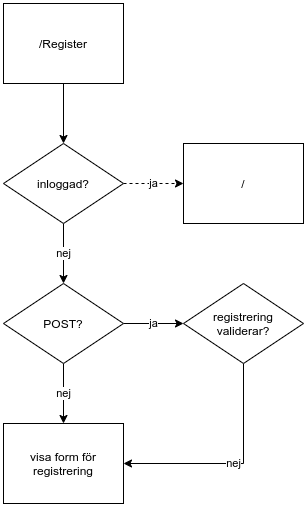
The draw.io diagram webbutveckling/Webbutveckling2/Moment/Moment4/Diagrams/Flowcharts/flowRegister.png in EliasEriksson/miun, before a commit. Source tidied: cells renumbered, new cells last; positions are measured from the earlier drawing's top-left corner, leaving out a move shared by most shapes. The source it was exported from:
```xml
<mxGraphModel>
  <root>
    <mxCell id="0" />
    <mxCell id="1" parent="0" />
    <mxCell id="2" value="/" style="rounded=0;whiteSpace=wrap;html=1;" parent="1" vertex="1">
      <mxGeometry x="180" y="140" width="120" height="80" as="geometry" />
    </mxCell>
    <mxCell id="3" style="edgeStyle=orthogonalEdgeStyle;rounded=0;jettySize=auto;html=1;" parent="1" edge="1" source="4" target="7">
      <mxGeometry relative="1" as="geometry" />
    </mxCell>
    <mxCell id="4" value="/Register" style="rounded=0;whiteSpace=wrap;html=1;" parent="1" vertex="1">
      <mxGeometry width="120" height="80" as="geometry" />
    </mxCell>
    <mxCell id="5" value="ja" style="edgeStyle=orthogonalEdgeStyle;rounded=0;jettySize=auto;html=1;dashed=1;" parent="1" edge="1" source="7" target="2">
      <mxGeometry relative="1" as="geometry" />
    </mxCell>
    <mxCell id="6" value="nej" style="edgeStyle=orthogonalEdgeStyle;rounded=0;jettySize=auto;html=1;" parent="1" edge="1" source="7" target="10">
      <mxGeometry relative="1" as="geometry" />
    </mxCell>
    <mxCell id="7" value="inloggad?" style="rhombus;whiteSpace=wrap;html=1;rounded=0;" parent="1" vertex="1">
      <mxGeometry y="140" width="120" height="80" as="geometry" />
    </mxCell>
    <mxCell id="8" value="nej" style="edgeStyle=orthogonalEdgeStyle;rounded=0;jettySize=auto;html=1;" parent="1" edge="1" source="10" target="11">
      <mxGeometry relative="1" as="geometry" />
    </mxCell>
    <mxCell id="9" value="ja" style="edgeStyle=orthogonalEdgeStyle;rounded=0;jettySize=auto;html=1;" parent="1" edge="1" source="10" target="13">
      <mxGeometry relative="1" as="geometry" />
    </mxCell>
    <mxCell id="10" value="POST?" style="rhombus;whiteSpace=wrap;html=1;rounded=0;" parent="1" vertex="1">
      <mxGeometry y="280" width="120" height="80" as="geometry" />
    </mxCell>
    <mxCell id="11" value="visa form för&lt;br&gt;registrering" style="whiteSpace=wrap;html=1;rounded=0;" parent="1" vertex="1">
      <mxGeometry y="420" width="120" height="80" as="geometry" />
    </mxCell>
    <mxCell id="12" value="nej" style="edgeStyle=orthogonalEdgeStyle;rounded=0;jettySize=auto;html=1;entryX=1;entryY=0.5;entryDx=0;entryDy=0;" parent="1" edge="1" source="13" target="11">
      <mxGeometry relative="1" as="geometry">
        <Array as="points">
          <mxPoint x="240" y="460" />
        </Array>
      </mxGeometry>
    </mxCell>
    <mxCell id="13" value="registrering&lt;br&gt;validerar?" style="rhombus;whiteSpace=wrap;html=1;rounded=0;" parent="1" vertex="1">
      <mxGeometry x="180" y="280" width="120" height="80" as="geometry" />
    </mxCell>
  </root>
</mxGraphModel>
```
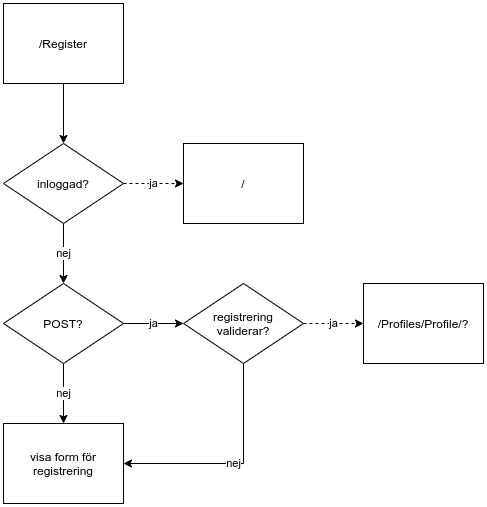
Above is the later version.

The edit, as a diff of the source:
```diff
@@ -39,8 +39,14 @@
         </Array>
       </mxGeometry>
     </mxCell>
+    <mxCell id="14" value="ja" style="edgeStyle=orthogonalEdgeStyle;rounded=0;jettySize=auto;html=1;dashed=1;" parent="1" edge="1" source="13" target="15">
+      <mxGeometry relative="1" as="geometry" />
+    </mxCell>
     <mxCell id="13" value="registrering&lt;br&gt;validerar?" style="rhombus;whiteSpace=wrap;html=1;rounded=0;" parent="1" vertex="1">
       <mxGeometry x="180" y="280" width="120" height="80" as="geometry" />
     </mxCell>
+    <mxCell id="15" value="/Profiles/Profile/?" style="rounded=0;whiteSpace=wrap;html=1;" parent="1" vertex="1">
+      <mxGeometry x="360" y="280" width="120" height="80" as="geometry" />
+    </mxCell>
   </root>
 </mxGraphModel>
```
